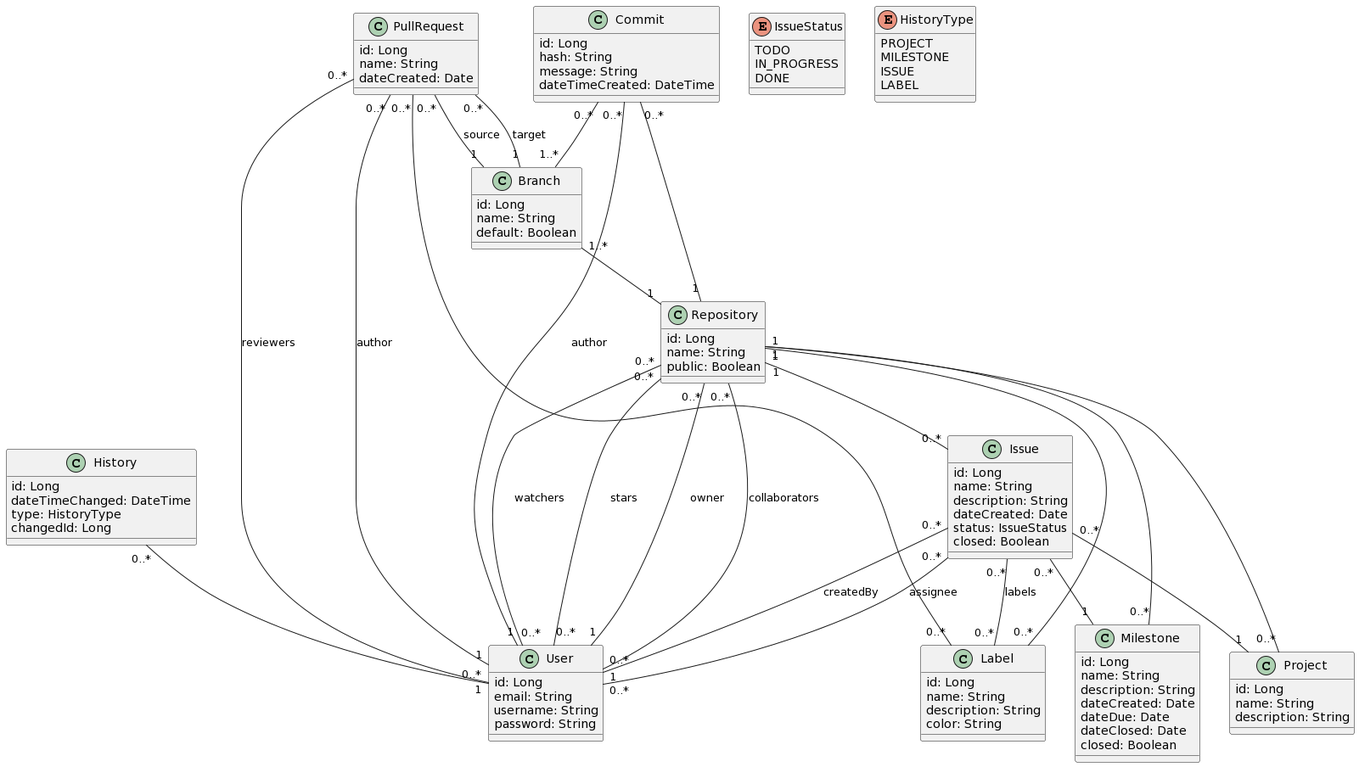
VukV/mini-github keeps this PlantUML diagram as uml/uml.png. Above is the earlier version.
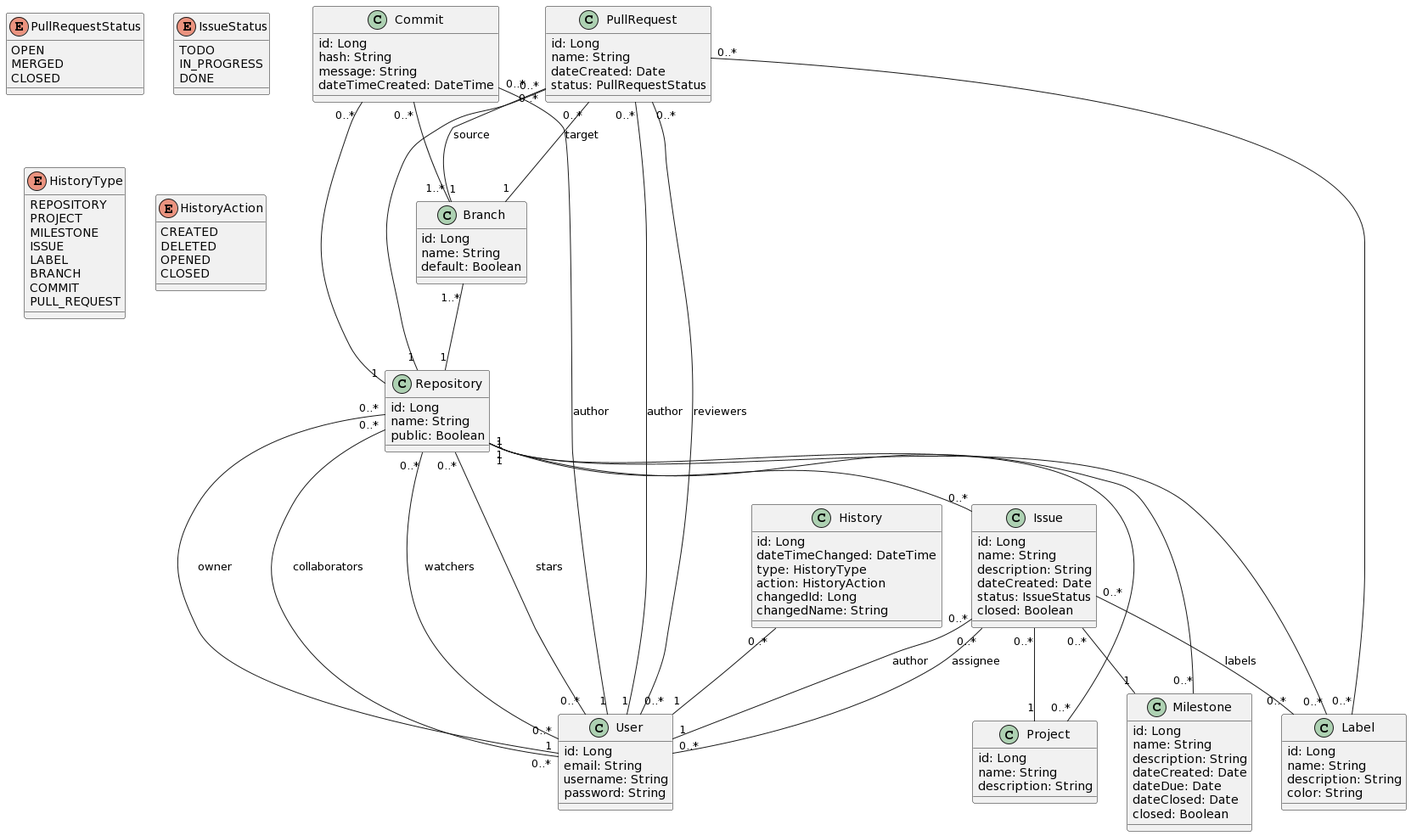
After the change.

Change to the diagram source:
```diff
@@ -30,7 +30,13 @@
     id: Long
     name: String
     dateCreated: Date
+    status: PullRequestStatus
+}
 
+enum PullRequestStatus {
+    OPEN
+    MERGED
+    CLOSED
 }
 
 class Branch {
@@ -75,14 +81,27 @@
     id: Long
     dateTimeChanged: DateTime
     type: HistoryType
+    action: HistoryAction
     changedId: Long
+    changedName: String
 }
 
 enum HistoryType {
+    REPOSITORY
     PROJECT
     MILESTONE
     ISSUE
     LABEL
+    BRANCH
+    COMMIT
+    PULL_REQUEST
+}
+
+enum HistoryAction {
+    CREATED
+    DELETED
+    OPENED
+    CLOSED
 }
 
 
@@ -97,7 +116,7 @@
 Issue "0..*" -- "1" Milestone
 Issue "0..*" -- "1" Project
 Issue "0..*" -- "0..*" Label : labels
-Issue "0..*" -- "1" User : createdBy
+Issue "0..*" -- "1" User : author
 Issue "0..*" -- "0..*" User : assignee
 Branch "1..*" -- "1" Repository
 Commit "0..*" -- "1" User : author
@@ -108,6 +127,7 @@
 PullRequest "0..*" -- "0..*" Label
 PullRequest "0..*" -- "1" Branch : source
 PullRequest "0..*" -- "1" Branch : target
+PullRequest "0..*" -- "1" Repository
 
 History "0..*" -- "1" User
 @enduml
```
